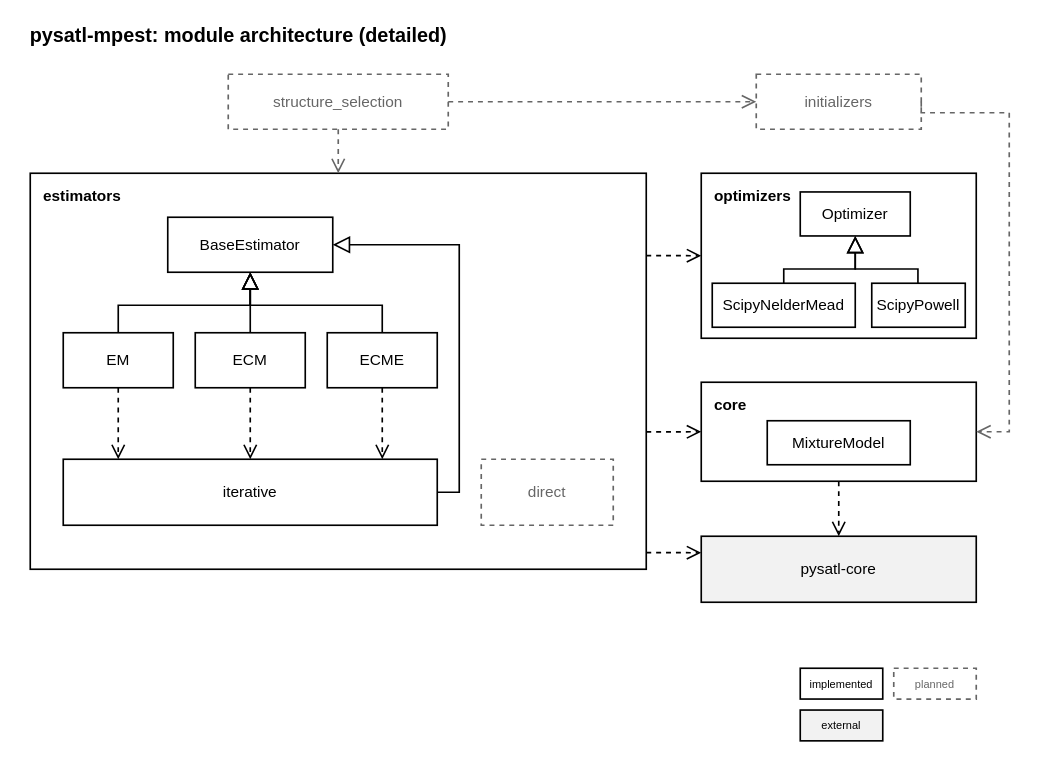
The draw.io diagram page "Detailed" (2 of 2) of docs_new/source/design/diagrams/module-architecture.drawio in PySATL/pysatl-mpest, before the edit. Source tidied: cells renumbered, new cells numbered last; positions are measured from the earlier drawing's top-left corner, leaving out a move shared by most shapes. Both pictures are drawn from the tidied source at 110%, with x=0, y=0 at pixel (30, 19).
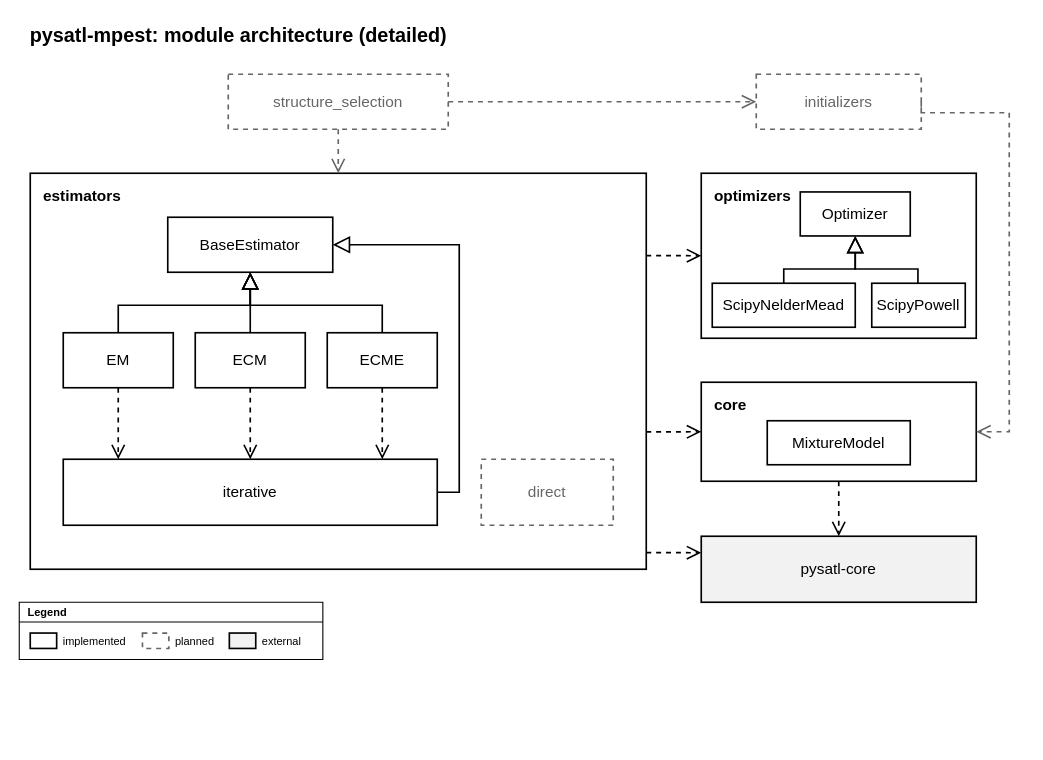
The same diagram, later.

Diff of the diagram source:
```diff
@@
+    <mxCell id="38" value="Legend" style="swimlane;startSize=18;html=1;fontSize=10;fontStyle=1;align=left;spacingLeft=6;fillColor=none;swimlaneFillColor=#ffffff;strokeColor=#000000;strokeWidth=1;fontFamily=Helvetica;fontColor=#000000;" parent="1" vertex="1">
+      <mxGeometry x="-10" y="530" width="276" height="52" as="geometry" />
+    </mxCell>
+    <mxCell id="39" style="rounded=0;whiteSpace=wrap;html=1;fillColor=#ffffff;strokeColor=#000000;strokeWidth=1.5;" parent="1" vertex="1">
+      <mxGeometry y="558" width="24" height="14" as="geometry" />
+    </mxCell>
-    <mxCell id="35" value="implemented" style="rounded=0;whiteSpace=wrap;html=1;fillColor=#ffffff;strokeColor=#000000;strokeWidth=1.5;fontSize=14;fontFamily=Helvetica;fontColor=#000000;fontSize=10;" parent="1" vertex="1">
-      <mxGeometry x="700" y="590" width="75" height="28" as="geometry" />
+    <mxCell id="35" value="implemented" style="text;html=1;align=left;verticalAlign=middle;spacing=0;fontSize=10;fontFamily=Helvetica;fontColor=#000000;" parent="1" vertex="1">
+      <mxGeometry x="30" y="556" width="62" height="18" as="geometry" />
     </mxCell>
+    <mxCell id="40" style="rounded=0;whiteSpace=wrap;html=1;fillColor=#ffffff;strokeColor=#666666;strokeWidth=1.5;dashed=1;" parent="1" vertex="1">
+      <mxGeometry x="102" y="558" width="24" height="14" as="geometry" />
+    </mxCell>
-    <mxCell id="36" value="planned" style="rounded=0;whiteSpace=wrap;html=1;fillColor=#ffffff;strokeColor=#666666;strokeWidth=1.5;dashed=1;fontSize=14;fontFamily=Helvetica;fontColor=#666666;fontSize=10;" parent="1" vertex="1">
-      <mxGeometry x="785" y="590" width="75" height="28" as="geometry" />
+    <mxCell id="36" value="planned" style="text;html=1;align=left;verticalAlign=middle;spacing=0;fontSize=10;fontFamily=Helvetica;fontColor=#000000;" parent="1" vertex="1">
+      <mxGeometry x="132" y="556" width="39" height="18" as="geometry" />
     </mxCell>
+    <mxCell id="41" style="rounded=0;whiteSpace=wrap;html=1;fillColor=#F2F2F2;strokeColor=#000000;strokeWidth=1.5;" parent="1" vertex="1">
+      <mxGeometry x="181" y="558" width="24" height="14" as="geometry" />
+    </mxCell>
-    <mxCell id="37" value="external" style="rounded=0;whiteSpace=wrap;html=1;fillColor=#F2F2F2;strokeColor=#000000;strokeWidth=1.5;fontSize=14;fontFamily=Helvetica;fontColor=#000000;fontSize=10;" parent="1" vertex="1">
-      <mxGeometry x="700" y="628" width="75" height="28" as="geometry" />
+    <mxCell id="37" value="external" style="text;html=1;align=left;verticalAlign=middle;spacing=0;fontSize=10;fontFamily=Helvetica;fontColor=#000000;" parent="1" vertex="1">
+      <mxGeometry x="211" y="556" width="45" height="18" as="geometry" />
     </mxCell>
```
